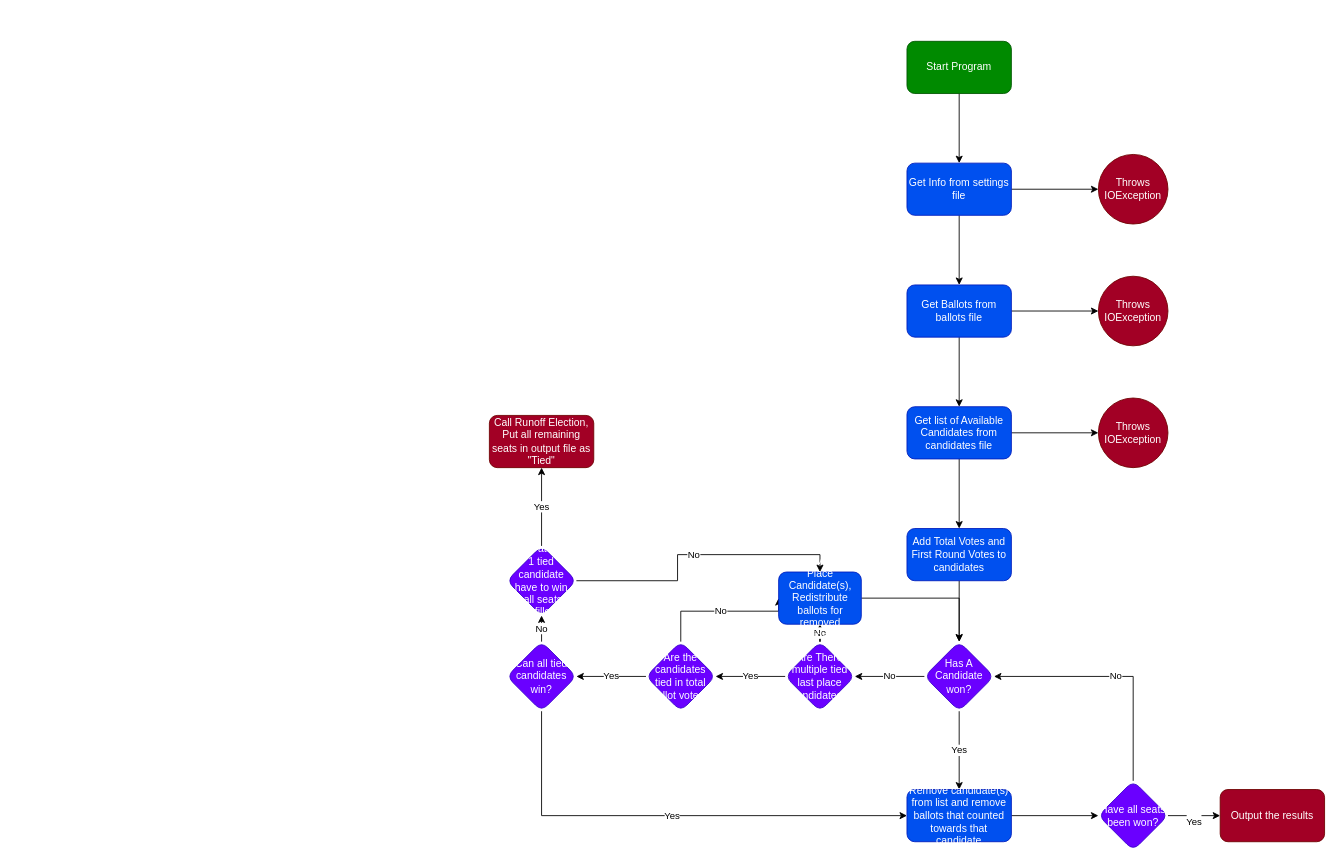
Earlier version of the draw.io diagram PRCVProgram.drawio (Aidenjewett905/FewBallotPRCVElection). Source tidied: cells renumbered, new cells numbered last; positions are measured from the earlier drawing's top-left corner, leaving out a move shared by most shapes. Both pictures are drawn from the tidied source at 87%, with x=0, y=0 at pixel (489, 41).
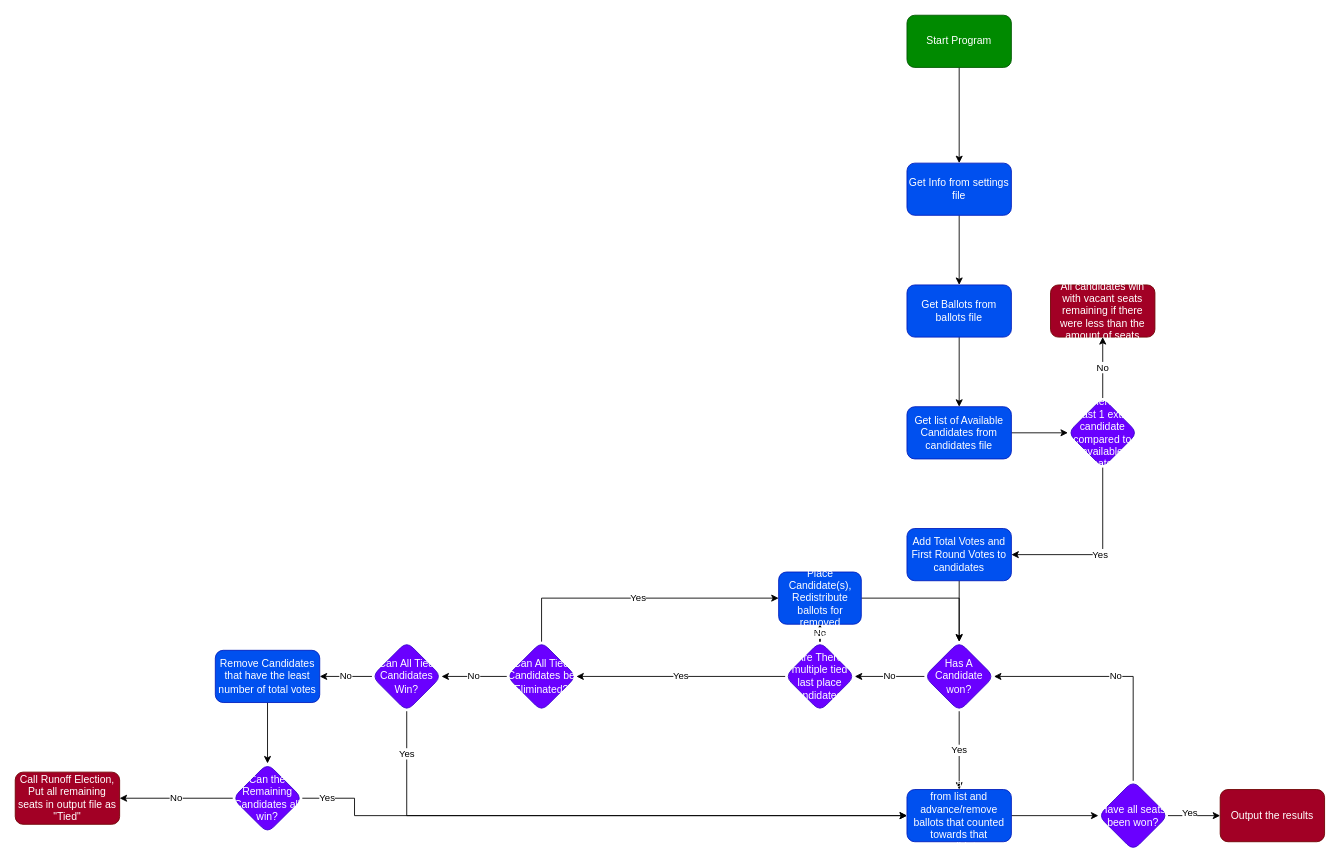
Above is the later version.

The change refers to these unchanged cells:
```xml
<mxCell id="6" value="Get Info from settings file" style="whiteSpace=wrap;html=1;fillColor=#0050ef;strokeColor=#001DBC;fontColor=#ffffff;rounded=1;" parent="1" vertex="1">
  <mxGeometry x="480" y="140" width="120" height="60" as="geometry" />
</mxCell>
<mxCell id="10" value="Get Ballots from ballots file" style="whiteSpace=wrap;html=1;fillColor=#0050ef;strokeColor=#001DBC;fontColor=#ffffff;rounded=1;" parent="1" vertex="1">
  <mxGeometry x="480" y="280" width="120" height="60" as="geometry" />
</mxCell>
<mxCell id="14" value="Get list of Available Candidates from candidates file" style="whiteSpace=wrap;html=1;fillColor=#0050ef;strokeColor=#001DBC;fontColor=#ffffff;rounded=1;" parent="1" vertex="1">
  <mxGeometry x="480" y="420" width="120" height="60" as="geometry" />
</mxCell>
<mxCell id="17" value="Add Total Votes and First Round Votes to candidates" style="whiteSpace=wrap;html=1;fillColor=#0050ef;strokeColor=#001DBC;fontColor=#ffffff;rounded=1;" parent="1" vertex="1">
  <mxGeometry x="480" y="560" width="120" height="60" as="geometry" />
</mxCell>
<mxCell id="25" value="Have all seats been won?" style="rhombus;whiteSpace=wrap;html=1;fillColor=#6a00ff;strokeColor=#3700CC;fontColor=#ffffff;rounded=1;" parent="1" vertex="1">
  <mxGeometry x="700" y="850" width="80" height="80" as="geometry" />
</mxCell>
<mxCell id="26" value="Output the results" style="whiteSpace=wrap;html=1;fillColor=#a20025;strokeColor=#6F0000;fontColor=#ffffff;rounded=1;" parent="1" vertex="1">
  <mxGeometry x="840" y="860" width="120" height="60" as="geometry" />
</mxCell>
<mxCell id="29" value="Are There multiple tied last place candidates?" style="rhombus;whiteSpace=wrap;html=1;fillColor=#6a00ff;strokeColor=#3700CC;fontColor=#ffffff;rounded=1;" parent="1" vertex="1">
  <mxGeometry x="340" y="690" width="80" height="80" as="geometry" />
</mxCell>
<mxCell id="40" value="Remove Last Place Candidate(s), Redistribute ballots for removed candidate(s)" style="whiteSpace=wrap;html=1;fillColor=#0050ef;strokeColor=#001DBC;fontColor=#ffffff;rounded=1;" parent="1" vertex="1">
  <mxGeometry x="332.5" y="610" width="95" height="60" as="geometry" />
</mxCell>
```

Change to the diagram source:
```diff
@@
     <mxCell id="3" value="Start Program" style="rounded=1;whiteSpace=wrap;html=1;fillColor=#008a00;fontColor=#ffffff;strokeColor=#005700;" parent="1" vertex="1">
-      <mxGeometry x="480" width="120" height="60" as="geometry" />
+      <mxGeometry x="480" y="-30" width="120" height="60" as="geometry" />
     </mxCell>
-    <mxCell id="4" style="edgeStyle=orthogonalEdgeStyle;rounded=0;jettySize=auto;html=1;" parent="1" edge="1" source="6" target="7">
-      <mxGeometry relative="1" as="geometry" />
-    </mxCell>
@@
-    <mxCell id="7" value="Throws IOException" style="ellipse;whiteSpace=wrap;html=1;fillColor=#a20025;strokeColor=#6F0000;fontColor=#ffffff;rounded=1;" parent="1" vertex="1">
-      <mxGeometry x="700" y="130" width="80" height="80" as="geometry" />
-    </mxCell>
-    <mxCell id="8" style="edgeStyle=orthogonalEdgeStyle;rounded=0;jettySize=auto;html=1;" parent="1" edge="1" source="10" target="11">
-      <mxGeometry relative="1" as="geometry" />
-    </mxCell>
@@
-    <mxCell id="11" value="Throws IOException" style="ellipse;whiteSpace=wrap;html=1;fillColor=#a20025;strokeColor=#6F0000;fontColor=#ffffff;rounded=1;" parent="1" vertex="1">
-      <mxGeometry x="700" y="270" width="80" height="80" as="geometry" />
-    </mxCell>
-    <mxCell id="12" style="edgeStyle=orthogonalEdgeStyle;rounded=0;jettySize=auto;html=1;" parent="1" edge="1" source="14" target="15">
-      <mxGeometry relative="1" as="geometry" />
-    </mxCell>
-    <mxCell id="13" style="edgeStyle=orthogonalEdgeStyle;rounded=0;jettySize=auto;html=1;" parent="1" edge="1" source="14" target="17">
-      <mxGeometry relative="1" as="geometry" />
-    </mxCell>
+    <mxCell id="42" style="edgeStyle=orthogonalEdgeStyle;rounded=0;jettySize=auto;html=1;" parent="1" edge="1" source="14" target="54">
+      <mxGeometry relative="1" as="geometry" />
+    </mxCell>
@@
-    <mxCell id="15" value="Throws IOException" style="ellipse;whiteSpace=wrap;html=1;fillColor=#a20025;strokeColor=#6F0000;fontColor=#ffffff;rounded=1;" parent="1" vertex="1">
-      <mxGeometry x="700" y="410" width="80" height="80" as="geometry" />
-    </mxCell>
@@
-    <mxCell id="22" value="Remove candidate(s) from list and remove ballots that counted towards that candidate" style="whiteSpace=wrap;html=1;fillColor=#0050ef;strokeColor=#001DBC;fontColor=#ffffff;rounded=1;" parent="1" vertex="1">
+    <mxCell id="22" value="Remove candidate(s) from list and advance/remove ballots that counted towards that candidate" style="whiteSpace=wrap;html=1;fillColor=#0050ef;strokeColor=#001DBC;fontColor=#ffffff;rounded=1;" parent="1" vertex="1">
       <mxGeometry x="480" y="860" width="120" height="60" as="geometry" />
     </mxCell>
@@
     <mxCell id="24" value="&lt;div&gt;&lt;br&gt;&lt;/div&gt;&lt;div&gt;Yes&lt;/div&gt;" style="edgeStyle=orthogonalEdgeStyle;rounded=0;jettySize=auto;html=1;" parent="1" edge="1" source="25" target="26">
-      <mxGeometry relative="1" as="geometry" />
+      <mxGeometry x="-0.17" y="10" relative="1" as="geometry" />
     </mxCell>
@@
-    <mxCell id="27" value="Yes" style="edgeStyle=orthogonalEdgeStyle;rounded=0;jettySize=auto;html=1;" parent="1" edge="1" source="29" target="32">
+    <mxCell id="27" value="Yes" style="edgeStyle=orthogonalEdgeStyle;rounded=0;jettySize=auto;html=1;entryX=1;entryY=0.5;entryDx=0;entryDy=0;" parent="1" edge="1" source="29" target="35">
       <mxGeometry relative="1" as="geometry" />
     </mxCell>
@@
-    <mxCell id="30" value="Yes" style="edgeStyle=orthogonalEdgeStyle;rounded=0;jettySize=auto;html=1;" parent="1" edge="1" source="32" target="35">
-      <mxGeometry relative="1" as="geometry" />
-    </mxCell>
-    <mxCell id="31" value="No" style="edgeStyle=orthogonalEdgeStyle;rounded=0;jettySize=auto;html=1;entryX=0;entryY=0.5;entryDx=0;entryDy=0;" parent="1" edge="1" source="32" target="40">
-      <mxGeometry relative="1" as="geometry">
-        <Array as="points">
-          <mxPoint x="220" y="655" />
-        </Array>
-      </mxGeometry>
-    </mxCell>
-    <mxCell id="32" value="Are the candidates tied in total ballot votes?" style="rhombus;whiteSpace=wrap;html=1;fillColor=#6a00ff;strokeColor=#3700CC;fontColor=#ffffff;rounded=1;" parent="1" vertex="1">
-      <mxGeometry x="180" y="690" width="80" height="80" as="geometry" />
-    </mxCell>
-    <mxCell id="33" value="Yes" style="edgeStyle=orthogonalEdgeStyle;rounded=0;jettySize=auto;html=1;exitX=0.5;exitY=1;exitDx=0;exitDy=0;entryX=0;entryY=0.5;entryDx=0;entryDy=0;" parent="1" edge="1" source="35" target="22">
-      <mxGeometry relative="1" as="geometry">
-        <Array as="points">
-          <mxPoint x="60" y="890" />
-        </Array>
-      </mxGeometry>
-    </mxCell>
@@
+    <mxCell id="43" value="Yes" style="edgeStyle=orthogonalEdgeStyle;rounded=0;jettySize=auto;html=1;entryX=0;entryY=0.5;entryDx=0;entryDy=0;exitX=0.5;exitY=0;exitDx=0;exitDy=0;" parent="1" edge="1" source="35" target="40">
+      <mxGeometry relative="1" as="geometry" />
+    </mxCell>
-    <mxCell id="35" value="Can all tied candidates win?" style="rhombus;whiteSpace=wrap;html=1;fillColor=#6a00ff;strokeColor=#3700CC;fontColor=#ffffff;rounded=1;" parent="1" vertex="1">
+    <mxCell id="35" value="Can All Tied Candidates be Eliminated?" style="rhombus;whiteSpace=wrap;html=1;fillColor=#6a00ff;strokeColor=#3700CC;fontColor=#ffffff;rounded=1;" parent="1" vertex="1">
       <mxGeometry x="20" y="690" width="80" height="80" as="geometry" />
     </mxCell>
-    <mxCell id="36" value="No" style="edgeStyle=orthogonalEdgeStyle;rounded=0;jettySize=auto;html=1;entryX=0.5;entryY=0;entryDx=0;entryDy=0;" parent="1" edge="1" source="38" target="40">
-      <mxGeometry relative="1" as="geometry" />
-    </mxCell>
-    <mxCell id="37" value="Yes" style="edgeStyle=orthogonalEdgeStyle;rounded=0;jettySize=auto;html=1;" parent="1" edge="1" source="38" target="41">
-      <mxGeometry relative="1" as="geometry" />
-    </mxCell>
+    <mxCell id="44" value="Yes" style="edgeStyle=orthogonalEdgeStyle;rounded=0;jettySize=auto;html=1;entryX=0;entryY=0.5;entryDx=0;entryDy=0;exitX=0.5;exitY=1;exitDx=0;exitDy=0;" parent="1" edge="1" source="38" target="22">
+      <mxGeometry x="-0.86" relative="1" as="geometry" />
+    </mxCell>
+    <mxCell id="45" value="No" style="edgeStyle=orthogonalEdgeStyle;rounded=0;jettySize=auto;html=1;" parent="1" edge="1" source="38" target="47">
+      <mxGeometry relative="1" as="geometry" />
+    </mxCell>
-    <mxCell id="38" value="Does at least 1 tied candidate have to win for all seats to be filled?" style="rhombus;whiteSpace=wrap;html=1;fillColor=#6a00ff;strokeColor=#3700CC;fontColor=#ffffff;rounded=1;" parent="1" vertex="1">
-      <mxGeometry x="20" y="580" width="80" height="80" as="geometry" />
+    <mxCell id="38" value="Can All Tied Candidates Win?" style="rhombus;whiteSpace=wrap;html=1;fillColor=#6a00ff;strokeColor=#3700CC;fontColor=#ffffff;rounded=1;" parent="1" vertex="1">
+      <mxGeometry x="-135" y="690" width="80" height="80" as="geometry" />
     </mxCell>
@@
     <mxCell id="41" value="Call Runoff Election, Put all remaining seats in output file as &quot;Tied&quot;" style="whiteSpace=wrap;html=1;fillColor=#a20025;strokeColor=#6F0000;fontColor=#ffffff;rounded=1;" parent="1" vertex="1">
-      <mxGeometry y="430" width="120" height="60" as="geometry" />
+      <mxGeometry x="-545" y="840" width="120" height="60" as="geometry" />
     </mxCell>
+    <mxCell id="46" style="edgeStyle=orthogonalEdgeStyle;rounded=0;jettySize=auto;html=1;" parent="1" edge="1" source="47" target="50">
+      <mxGeometry relative="1" as="geometry" />
+    </mxCell>
+    <mxCell id="47" value="Remove Candidates that have the least number of total votes" style="whiteSpace=wrap;html=1;fillColor=#0050ef;strokeColor=#001DBC;fontColor=#ffffff;rounded=1;" parent="1" vertex="1">
+      <mxGeometry x="-315" y="700" width="120" height="60" as="geometry" />
+    </mxCell>
+    <mxCell id="48" value="Yes" style="edgeStyle=orthogonalEdgeStyle;rounded=0;jettySize=auto;html=1;entryX=0;entryY=0.5;entryDx=0;entryDy=0;exitX=1;exitY=0.5;exitDx=0;exitDy=0;align=right;labelPosition=left;verticalLabelPosition=middle;verticalAlign=middle;" parent="1" edge="1" source="50" target="22">
+      <mxGeometry x="-0.89" relative="1" as="geometry">
+        <Array as="points">
+          <mxPoint x="-155" y="870" />
+          <mxPoint x="-155" y="890" />
+        </Array>
+      </mxGeometry>
+    </mxCell>
+    <mxCell id="49" value="No" style="edgeStyle=orthogonalEdgeStyle;rounded=0;jettySize=auto;html=1;entryX=1;entryY=0.5;entryDx=0;entryDy=0;" parent="1" edge="1" source="50" target="41">
+      <mxGeometry relative="1" as="geometry" />
+    </mxCell>
+    <mxCell id="50" value="Can the Remaining Candidates all win?" style="rhombus;whiteSpace=wrap;html=1;fillColor=#6a00ff;strokeColor=#3700CC;fontColor=#ffffff;rounded=1;" parent="1" vertex="1">
+      <mxGeometry x="-295" y="830" width="80" height="80" as="geometry" />
+    </mxCell>
+    <mxCell id="51" value="All candidates win with vacant seats remaining if there were less than the amount of seats" style="whiteSpace=wrap;html=1;fillColor=#a20025;strokeColor=#6F0000;fontColor=#ffffff;rounded=1;" parent="1" vertex="1">
+      <mxGeometry x="645" y="280" width="120" height="60" as="geometry" />
+    </mxCell>
+    <mxCell id="52" value="No" style="edgeStyle=orthogonalEdgeStyle;rounded=0;jettySize=auto;html=1;" parent="1" edge="1" source="54" target="51">
+      <mxGeometry relative="1" as="geometry" />
+    </mxCell>
+    <mxCell id="53" value="Yes" style="edgeStyle=orthogonalEdgeStyle;rounded=0;jettySize=auto;html=1;entryX=1;entryY=0.5;entryDx=0;entryDy=0;exitX=0.5;exitY=1;exitDx=0;exitDy=0;" parent="1" edge="1" source="54" target="17">
+      <mxGeometry relative="1" as="geometry" />
+    </mxCell>
+    <mxCell id="54" value="Is there at least 1 extra candidate compared to available seats?" style="rhombus;whiteSpace=wrap;html=1;fillColor=#6a00ff;strokeColor=#3700CC;fontColor=#ffffff;rounded=1;" parent="1" vertex="1">
+      <mxGeometry x="665" y="410" width="80" height="80" as="geometry" />
+    </mxCell>
```
